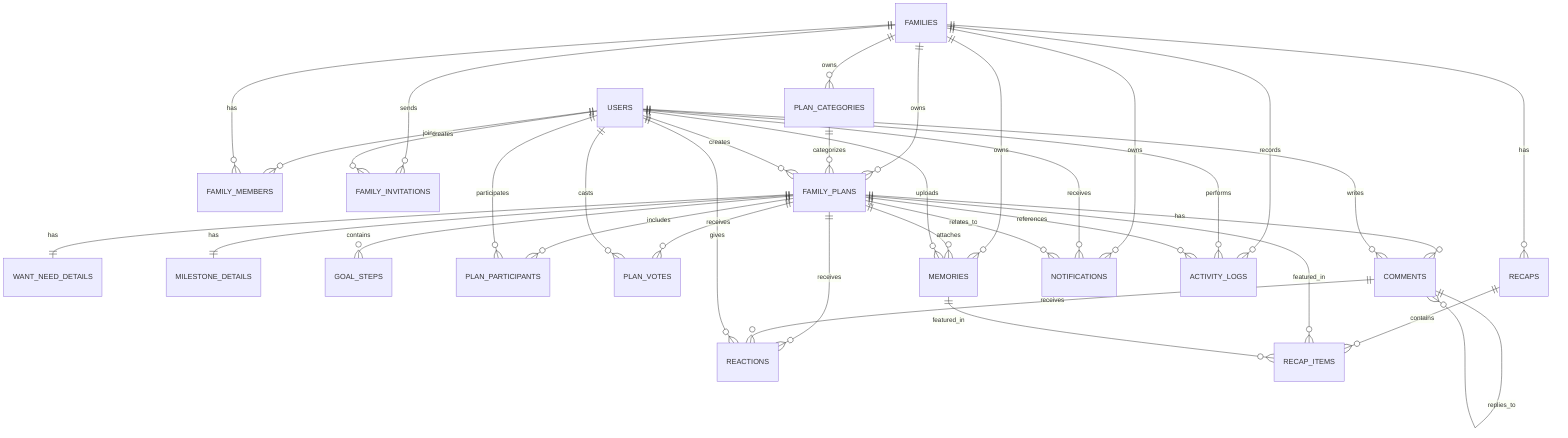
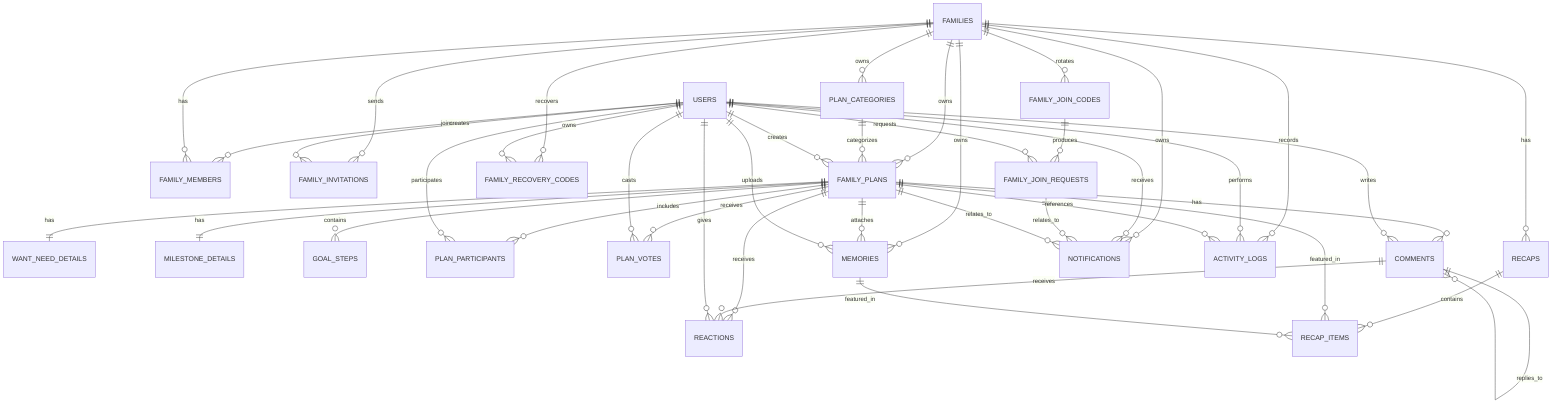
erDiagram
    USERS ||--o{ FAMILY_MEMBERS : joins
    FAMILIES ||--o{ FAMILY_MEMBERS : has
    FAMILIES ||--o{ FAMILY_INVITATIONS : sends
    USERS ||--o{ FAMILY_INVITATIONS : creates
+     FAMILIES ||--o{ FAMILY_JOIN_CODES : rotates
+     FAMILY_JOIN_CODES ||--o{ FAMILY_JOIN_REQUESTS : produces
+     USERS ||--o{ FAMILY_JOIN_REQUESTS : requests
+     FAMILIES ||--o{ FAMILY_RECOVERY_CODES : recovers
+     USERS ||--o{ FAMILY_RECOVERY_CODES : owns

    FAMILIES ||--o{ PLAN_CATEGORIES : owns
    FAMILIES ||--o{ FAMILY_PLANS : owns
    PLAN_CATEGORIES ||--o{ FAMILY_PLANS : categorizes
    USERS ||--o{ FAMILY_PLANS : creates

    FAMILY_PLANS ||--|| WANT_NEED_DETAILS : has
    FAMILY_PLANS ||--|| MILESTONE_DETAILS : has
    FAMILY_PLANS ||--o{ GOAL_STEPS : contains
    FAMILY_PLANS ||--o{ PLAN_PARTICIPANTS : includes
    USERS ||--o{ PLAN_PARTICIPANTS : participates

    FAMILY_PLANS ||--o{ PLAN_VOTES : receives
    USERS ||--o{ PLAN_VOTES : casts

    FAMILY_PLANS ||--o{ COMMENTS : has
    USERS ||--o{ COMMENTS : writes
    COMMENTS ||--o{ COMMENTS : replies_to

    FAMILY_PLANS ||--o{ REACTIONS : receives
    COMMENTS ||--o{ REACTIONS : receives
    USERS ||--o{ REACTIONS : gives

    FAMILIES ||--o{ MEMORIES : owns
    FAMILY_PLANS ||--o{ MEMORIES : attaches
    USERS ||--o{ MEMORIES : uploads

    FAMILIES ||--o{ RECAPS : has
    RECAPS ||--o{ RECAP_ITEMS : contains
    FAMILY_PLANS ||--o{ RECAP_ITEMS : featured_in
    MEMORIES ||--o{ RECAP_ITEMS : featured_in

    FAMILIES ||--o{ NOTIFICATIONS : owns
    USERS ||--o{ NOTIFICATIONS : receives
+     FAMILY_JOIN_REQUESTS ||--o{ NOTIFICATIONS : relates_to
    FAMILY_PLANS ||--o{ NOTIFICATIONS : relates_to

    FAMILIES ||--o{ ACTIVITY_LOGS : records
    USERS ||--o{ ACTIVITY_LOGS : performs
-     FAMILY_PLANS ||--o{ ACTIVITY_LOGS : references+     FAMILY_PLANS ||--o{ ACTIVITY_LOGS : references
